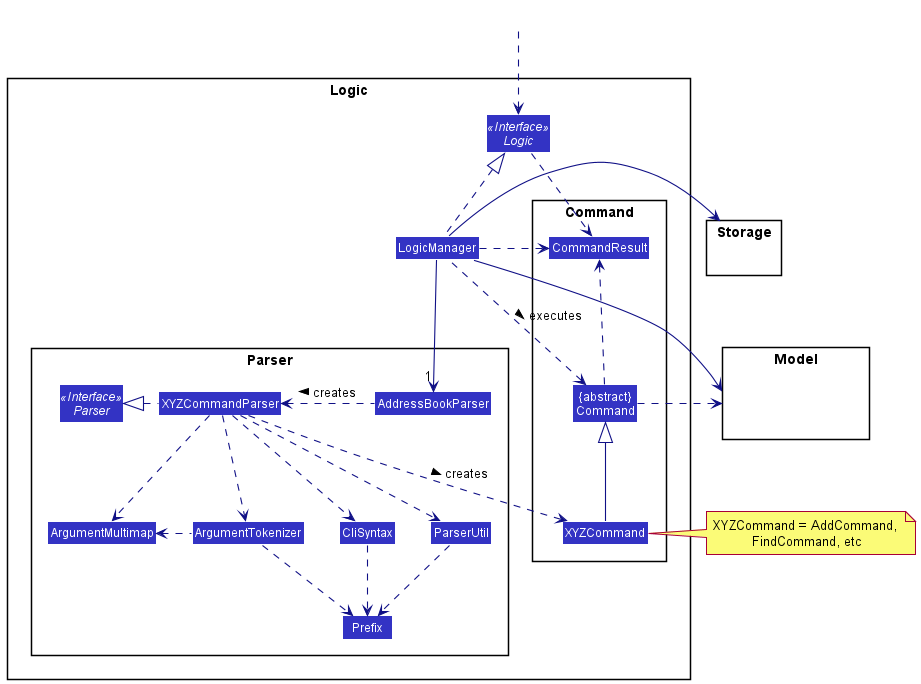
Earlier version of the PlantUML export docs/images/LogicClassDiagram.png (tenebrius1/tp). Its diagram source:
```plantuml
@startuml
!include style.puml
skinparam arrowThickness 1.1
skinparam arrowColor LOGIC_COLOR_T4
skinparam classBackgroundColor LOGIC_COLOR

package Logic {

package Parser {
Interface Parser <<Interface>>
Class AddressBookParser
Class XYZCommandParser
Class CliSyntax
Class ParserUtil
Class ArgumentMultimap
Class ArgumentTokenizer
Class Prefix
}

package Command {
Class XYZCommand
Class CommandResult
Class "{abstract}\nCommand" as Command
}

Interface Logic <<Interface>>
Class LogicManager
}

package Model{
Class HiddenModel #FFFFFF
}

package Storage{
Class HiddenModel #FFFFFF
}

Class HiddenOutside #FFFFFF
HiddenOutside ..> Logic

LogicManager .up.|> Logic
LogicManager -->"1" AddressBookParser
AddressBookParser .left.> XYZCommandParser: creates >

XYZCommandParser ..> XYZCommand : creates >
XYZCommandParser .left.|> Parser
XYZCommandParser ..> ArgumentMultimap
XYZCommandParser ..> ArgumentTokenizer
ArgumentTokenizer .left.> ArgumentMultimap
XYZCommandParser ..> CliSyntax
CliSyntax .down.> Prefix
XYZCommandParser ..> ParserUtil
ParserUtil .down.> Prefix
ArgumentTokenizer .down.> Prefix
XYZCommand -up-|> Command
LogicManager .left.> Command : executes >

LogicManager --> Model
LogicManager --> Storage
Storage --[hidden] Model
Command .[hidden]up.> Storage
Command .right.> Model
note right of XYZCommand: XYZCommand = AddCommand, \nFindCommand, etc

Logic ..> CommandResult
LogicManager .down.> CommandResult
Command .up.> CommandResult
CommandResult -[hidden]-> Parser
@enduml
```
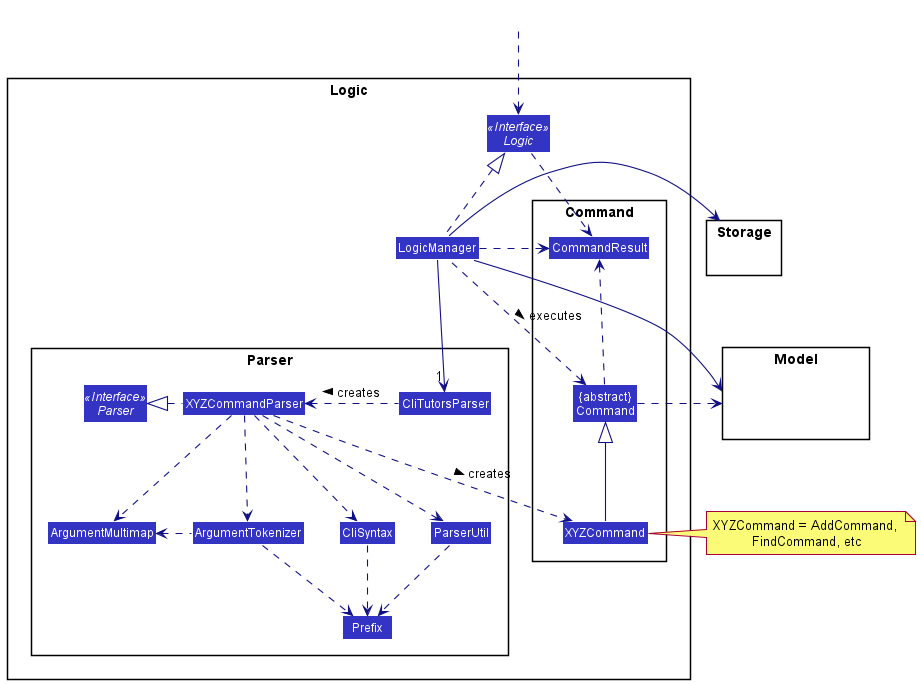
After the change.

Change to the diagram source:
```diff
@@ -8,7 +8,7 @@
 
 package Parser {
 Interface Parser <<Interface>>
-Class AddressBookParser
+Class CliTutorsParser
 Class XYZCommandParser
 Class CliSyntax
 Class ParserUtil
@@ -39,8 +39,8 @@
 HiddenOutside ..> Logic
 
 LogicManager .up.|> Logic
-LogicManager -->"1" AddressBookParser
-AddressBookParser .left.> XYZCommandParser: creates >
+LogicManager -->"1" CliTutorsParser
+CliTutorsParser .left.> XYZCommandParser: creates >
 
 XYZCommandParser ..> XYZCommand : creates >
 XYZCommandParser .left.|> Parser
```
